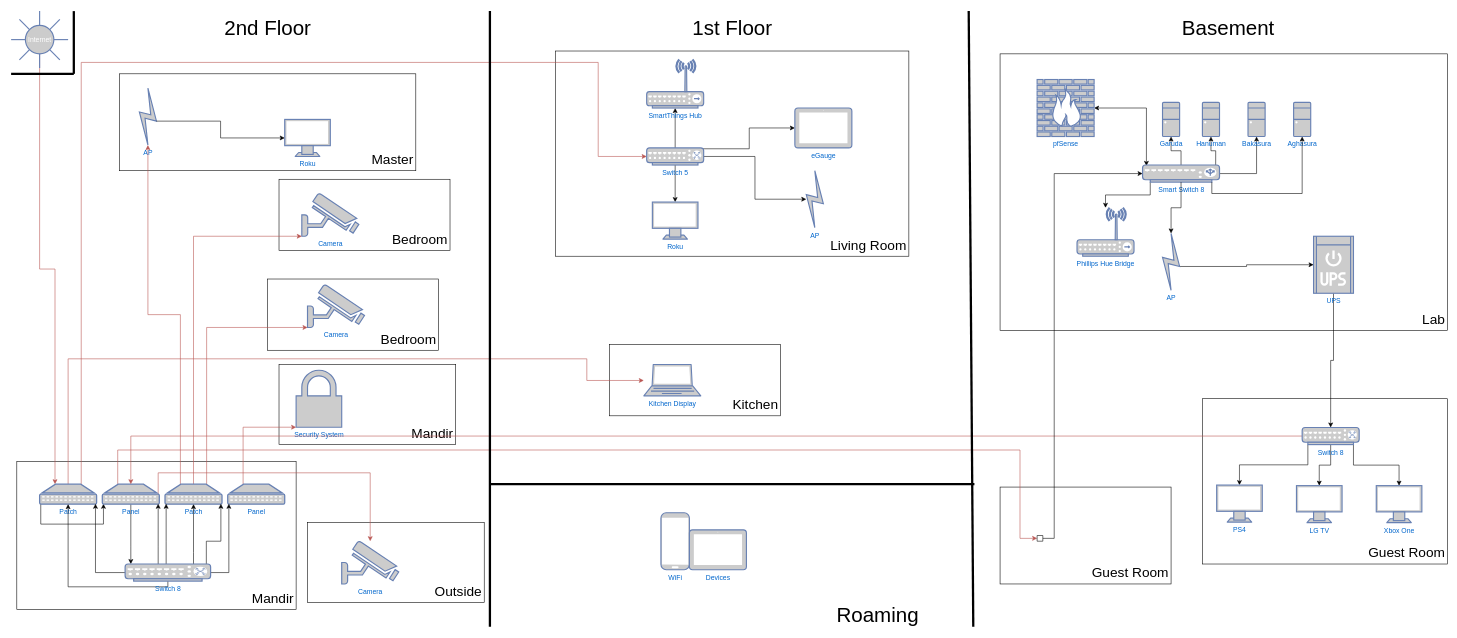
The draw.io diagram VKapadia.com Network.drawio in vinaykapadia/miscellaneous, before the edit. Source tidied: cells renumbered, new cells numbered last; positions are measured from the earlier drawing's top-left corner, leaving out a move shared by most shapes. Both pictures are drawn from the tidied source at 57%, with x=0, y=0 at pixel (11, 11).
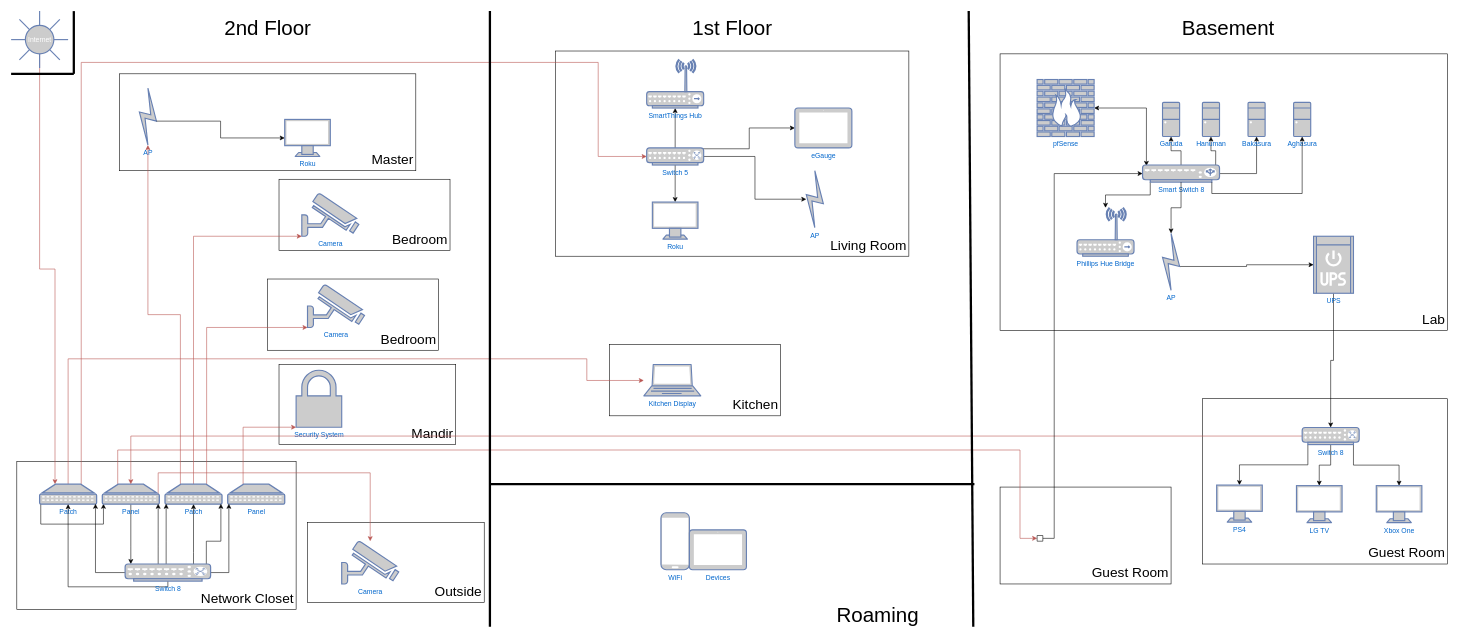
Above is the later version.

Diff of the diagram source:
```diff
@@
-    <mxCell id="7" value="Mandir" style="rounded=0;whiteSpace=wrap;html=1;fontSize=24;align=right;verticalAlign=bottom;spacingRight=2;spacingBottom=2;" parent="1" vertex="1">
+    <mxCell id="7" value="Network Closet" style="rounded=0;whiteSpace=wrap;html=1;fontSize=24;align=right;verticalAlign=bottom;spacingRight=2;spacingBottom=2;" parent="1" vertex="1">
       <mxGeometry x="10" y="790" width="490" height="260" as="geometry" />
     </mxCell>
```
